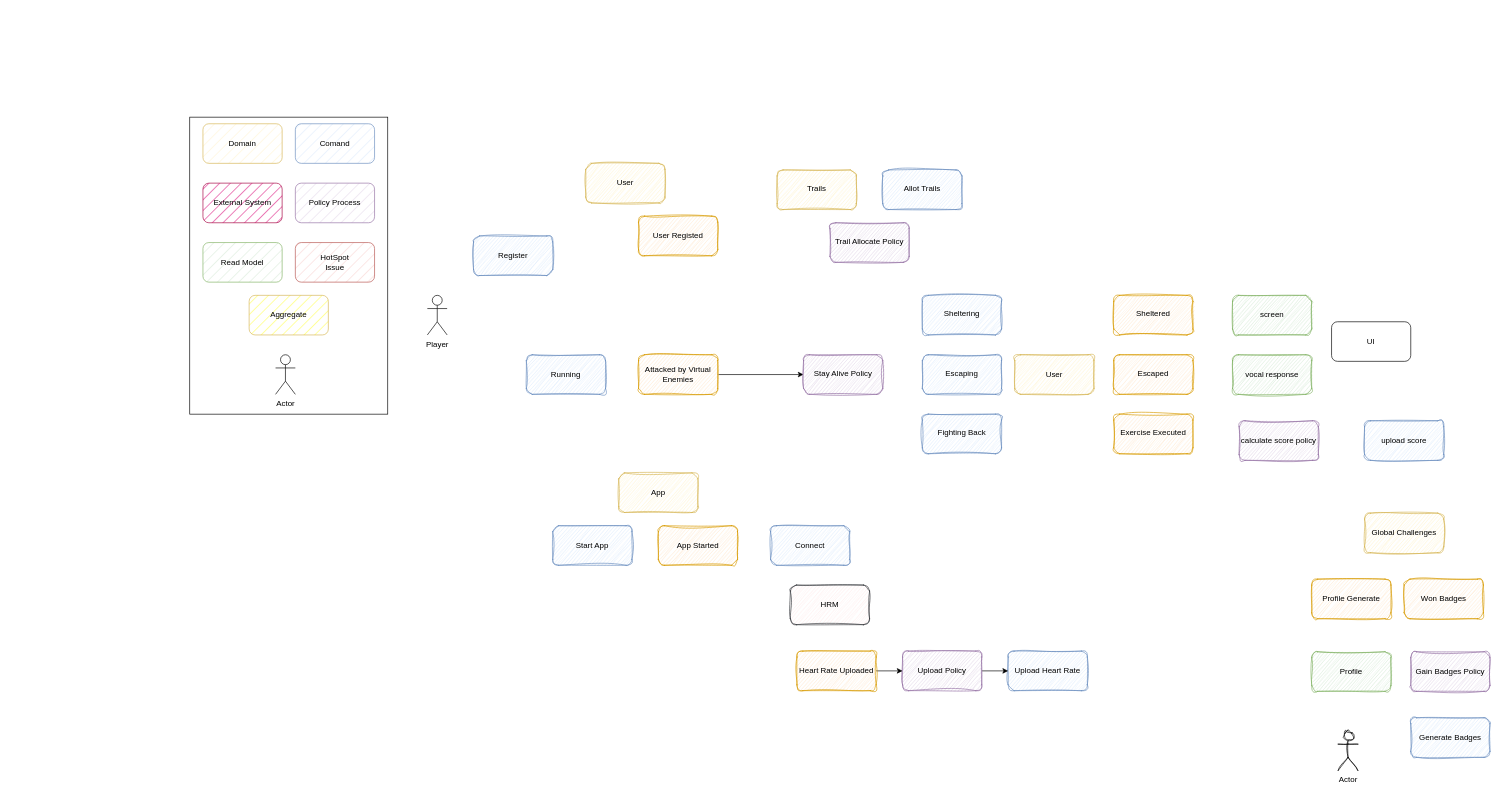
This is 735.drawio from CAS735-F23/macrun-yi_xiaoran_xue, a draw.io file, before an edit. Source tidied: cells renumbered, new cells numbered last; positions are measured from the earlier drawing's top-left corner, leaving out a move shared by most shapes. Both pictures are drawn from the tidied source at 66%, with x=0, y=0 at pixel (189, 117).
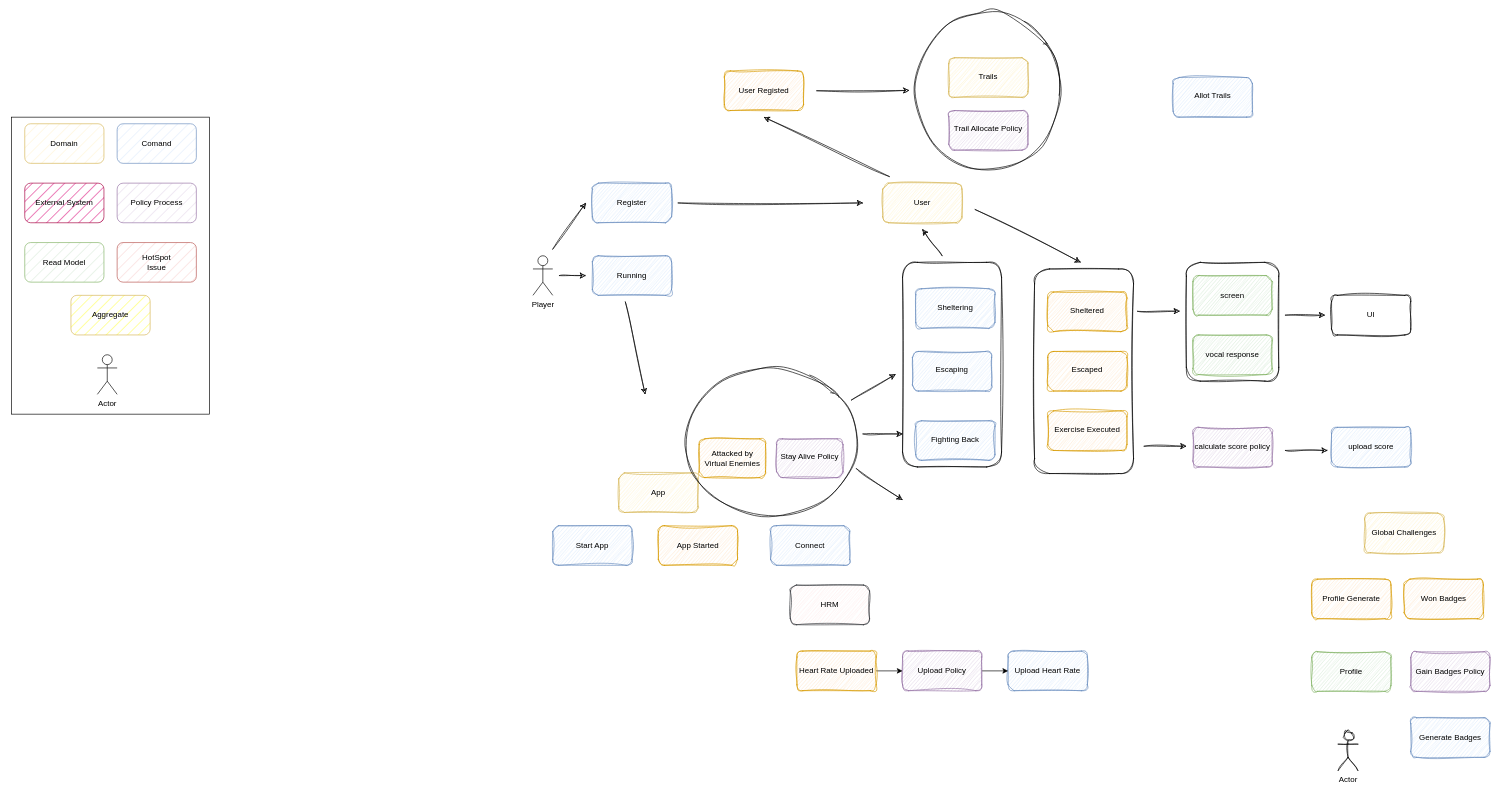
After the change.

What changed in the source:
```diff
@@
     <mxCell id="2" style="group;" parent="1" vertex="1">
-      <mxGeometry width="300" height="450" as="geometry" />
+      <mxGeometry x="-270" width="300" height="450" as="geometry" />
     </mxCell>
@@
     <mxCell id="12" value="Player" style="shape=umlActor;verticalLabelPosition=bottom;verticalAlign=top;html=1;" parent="1" vertex="1">
-      <mxGeometry x="360" y="270" width="30" height="60" as="geometry" />
+      <mxGeometry x="520" y="210" width="30" height="60" as="geometry" />
     </mxCell>
     <mxCell id="13" value="Register" style="rounded=1;whiteSpace=wrap;html=1;fillColor=#dae8fc;strokeColor=#6c8ebf;fillStyle=hatch;sketch=1;curveFitting=1;jiggle=2;" parent="1" vertex="1">
-      <mxGeometry x="430" y="180" width="120" height="60" as="geometry" />
+      <mxGeometry x="610" y="100" width="120" height="60" as="geometry" />
     </mxCell>
     <mxCell id="14" value="User" style="rounded=1;whiteSpace=wrap;html=1;sketch=1;jiggle=2;fillStyle=hatch;curveFitting=1;strokeColor=#d6b656;align=center;verticalAlign=middle;fontFamily=Helvetica;fontSize=12;fillColor=#fff2cc;" parent="1" vertex="1">
-      <mxGeometry x="600" y="70" width="120" height="60" as="geometry" />
+      <mxGeometry x="1050" y="100" width="120" height="60" as="geometry" />
     </mxCell>
     <mxCell id="15" value="User Registed" style="rounded=1;whiteSpace=wrap;html=1;sketch=1;jiggle=2;fillStyle=hatch;curveFitting=1;strokeColor=#d79b00;align=center;verticalAlign=middle;fontFamily=Helvetica;fontSize=12;fillColor=#ffe6cc;" parent="1" vertex="1">
-      <mxGeometry x="680" y="150" width="120" height="60" as="geometry" />
+      <mxGeometry x="810" y="-70" width="120" height="60" as="geometry" />
     </mxCell>
     <mxCell id="16" value="&lt;br&gt;Trail Allocate Policy" style="rounded=1;whiteSpace=wrap;html=1;sketch=1;jiggle=2;fillStyle=hatch;curveFitting=1;strokeColor=#9673a6;align=center;verticalAlign=top;fontFamily=Helvetica;fontSize=12;fillColor=#e1d5e7;" parent="1" vertex="1">
-      <mxGeometry x="970" y="160" width="120" height="60" as="geometry" />
+      <mxGeometry x="1150" y="-10" width="120" height="60" as="geometry" />
     </mxCell>
     <mxCell id="17" value="&lt;br&gt;Trails" style="rounded=1;whiteSpace=wrap;html=1;sketch=1;jiggle=2;fillStyle=hatch;curveFitting=1;strokeColor=#d6b656;align=center;verticalAlign=top;fontFamily=Helvetica;fontSize=12;fillColor=#fff2cc;" parent="1" vertex="1">
-      <mxGeometry x="890" y="80" width="120" height="60" as="geometry" />
+      <mxGeometry x="1150" y="-90" width="120" height="60" as="geometry" />
     </mxCell>
     <mxCell id="18" value="&lt;br&gt;Allot Trails" style="rounded=1;whiteSpace=wrap;html=1;fillStyle=hatch;strokeColor=#6c8ebf;align=center;verticalAlign=top;fontFamily=Helvetica;fontSize=12;fillColor=#dae8fc;sketch=1;curveFitting=1;jiggle=2;" parent="1" vertex="1">
-      <mxGeometry x="1050" y="80" width="120" height="60" as="geometry" />
+      <mxGeometry x="1490" y="-60" width="120" height="60" as="geometry" />
     </mxCell>
-    <mxCell id="19" style="edgeStyle=orthogonalEdgeStyle;rounded=0;jettySize=auto;html=1;entryX=0;entryY=0.5;entryDx=0;entryDy=0;fontFamily=Helvetica;fontSize=12;fontColor=default;" parent="1" edge="1" source="20" target="22">
-      <mxGeometry relative="1" as="geometry" />
-    </mxCell>
-    <mxCell id="20" value="Attacked by Virtual Enemies" style="rounded=1;whiteSpace=wrap;html=1;sketch=1;jiggle=2;fillStyle=hatch;curveFitting=1;strokeColor=#d79b00;align=center;verticalAlign=middle;fontFamily=Helvetica;fontSize=12;fillColor=#ffe6cc;" parent="1" vertex="1">
-      <mxGeometry x="680" y="360" width="120" height="60" as="geometry" />
-    </mxCell>
     <mxCell id="21" value="Running" style="rounded=1;whiteSpace=wrap;html=1;fillColor=#dae8fc;strokeColor=#6c8ebf;fillStyle=hatch;sketch=1;curveFitting=1;jiggle=2;" parent="1" vertex="1">
-      <mxGeometry x="510" y="360" width="120" height="60" as="geometry" />
+      <mxGeometry x="610" y="210" width="120" height="60" as="geometry" />
     </mxCell>
-    <mxCell id="22" value="&lt;br&gt;Stay Alive Policy" style="rounded=1;whiteSpace=wrap;html=1;sketch=1;jiggle=2;fillStyle=hatch;curveFitting=1;strokeColor=#9673a6;align=center;verticalAlign=top;fontFamily=Helvetica;fontSize=12;fillColor=#e1d5e7;" parent="1" vertex="1">
-      <mxGeometry x="930" y="360" width="120" height="60" as="geometry" />
-    </mxCell>
     <mxCell id="23" value="&lt;br&gt;Sheltering" style="rounded=1;whiteSpace=wrap;html=1;fillStyle=hatch;strokeColor=#6c8ebf;align=center;verticalAlign=top;fontFamily=Helvetica;fontSize=12;fillColor=#dae8fc;sketch=1;curveFitting=1;jiggle=2;" parent="1" vertex="1">
-      <mxGeometry x="1110" y="270" width="120" height="60" as="geometry" />
+      <mxGeometry x="1100" y="260" width="120" height="60" as="geometry" />
     </mxCell>
     <mxCell id="24" value="&lt;br&gt;Escaping" style="rounded=1;whiteSpace=wrap;html=1;fillStyle=hatch;strokeColor=#6c8ebf;align=center;verticalAlign=top;fontFamily=Helvetica;fontSize=12;fillColor=#dae8fc;sketch=1;curveFitting=1;jiggle=2;" parent="1" vertex="1">
-      <mxGeometry x="1110" y="360" width="120" height="60" as="geometry" />
+      <mxGeometry x="1095" y="355" width="120" height="60" as="geometry" />
     </mxCell>
     <mxCell id="25" value="&lt;br&gt;Fighting Back" style="rounded=1;whiteSpace=wrap;html=1;fillStyle=hatch;strokeColor=#6c8ebf;align=center;verticalAlign=top;fontFamily=Helvetica;fontSize=12;fillColor=#dae8fc;sketch=1;curveFitting=1;jiggle=2;" parent="1" vertex="1">
-      <mxGeometry x="1110" y="450" width="120" height="60" as="geometry" />
+      <mxGeometry x="1100" y="460" width="120" height="60" as="geometry" />
     </mxCell>
@@
     <mxCell id="30" value="&lt;br&gt;Sheltered" style="rounded=1;whiteSpace=wrap;html=1;fillStyle=hatch;strokeColor=#d79b00;align=center;verticalAlign=top;fontFamily=Helvetica;fontSize=12;fillColor=#ffe6cc;sketch=1;curveFitting=1;jiggle=2;" parent="1" vertex="1">
-      <mxGeometry x="1400" y="270" width="120" height="60" as="geometry" />
+      <mxGeometry x="1300" y="265" width="120" height="60" as="geometry" />
     </mxCell>
@@
     <mxCell id="32" value="&lt;br&gt;Escaped" style="rounded=1;whiteSpace=wrap;html=1;fillStyle=hatch;strokeColor=#d79b00;align=center;verticalAlign=top;fontFamily=Helvetica;fontSize=12;fillColor=#ffe6cc;sketch=1;curveFitting=1;jiggle=2;" parent="1" vertex="1">
-      <mxGeometry x="1400" y="360" width="120" height="60" as="geometry" />
+      <mxGeometry x="1300" y="355" width="120" height="60" as="geometry" />
     </mxCell>
@@
     <mxCell id="34" value="&lt;br&gt;Exercise Executed" style="rounded=1;whiteSpace=wrap;html=1;fillStyle=hatch;strokeColor=#d79b00;align=center;verticalAlign=top;fontFamily=Helvetica;fontSize=12;fillColor=#ffe6cc;sketch=1;curveFitting=1;jiggle=2;" parent="1" vertex="1">
-      <mxGeometry x="1400" y="450" width="120" height="60" as="geometry" />
+      <mxGeometry x="1300" y="445" width="120" height="60" as="geometry" />
     </mxCell>
@@
-    <mxCell id="40" value="User" style="rounded=1;whiteSpace=wrap;html=1;sketch=1;jiggle=2;fillStyle=hatch;curveFitting=1;strokeColor=#d6b656;align=center;verticalAlign=middle;fontFamily=Helvetica;fontSize=12;fillColor=#fff2cc;" parent="1" vertex="1">
-      <mxGeometry x="1250" y="360" width="120" height="60" as="geometry" />
-    </mxCell>
-    <mxCell id="41" value="screen" style="rounded=1;whiteSpace=wrap;html=1;fillColor=#d5e8d4;strokeColor=#82b366;fillStyle=hatch;sketch=1;curveFitting=1;jiggle=2;" parent="1" vertex="1">
-      <mxGeometry x="1580" y="270" width="120" height="60" as="geometry" />
-    </mxCell>
-    <mxCell id="42" value="vocal response" style="rounded=1;whiteSpace=wrap;html=1;fillColor=#d5e8d4;strokeColor=#82b366;fillStyle=hatch;sketch=1;curveFitting=1;jiggle=2;" parent="1" vertex="1">
-      <mxGeometry x="1580" y="360" width="120" height="60" as="geometry" />
-    </mxCell>
-    <mxCell id="43" value="UI" style="rounded=1;whiteSpace=wrap;html=1;" parent="1" vertex="1">
-      <mxGeometry x="1730" y="310" width="120" height="60" as="geometry" />
+    <mxCell id="43" value="UI" style="rounded=1;whiteSpace=wrap;html=1;sketch=1;curveFitting=1;jiggle=2;fillStyle=hachure;" parent="1" vertex="1">
+      <mxGeometry x="1730" y="270" width="120" height="60" as="geometry" />
     </mxCell>
@@
     <mxCell id="45" value="calculate score policy" style="rounded=1;whiteSpace=wrap;html=1;sketch=1;jiggle=2;fillStyle=hatch;curveFitting=1;strokeColor=#9673a6;align=center;verticalAlign=middle;fontFamily=Helvetica;fontSize=12;fillColor=#e1d5e7;" parent="1" vertex="1">
-      <mxGeometry x="1590" y="460" width="120" height="60" as="geometry" />
+      <mxGeometry x="1520" y="470" width="120" height="60" as="geometry" />
     </mxCell>
     <mxCell id="46" value="upload score" style="rounded=1;whiteSpace=wrap;html=1;sketch=1;jiggle=2;fillStyle=hatch;curveFitting=1;strokeColor=#6c8ebf;align=center;verticalAlign=middle;fontFamily=Helvetica;fontSize=12;fillColor=#dae8fc;" parent="1" vertex="1">
-      <mxGeometry x="1780" y="460" width="120" height="60" as="geometry" />
+      <mxGeometry x="1730" y="470" width="120" height="60" as="geometry" />
     </mxCell>
@@
+    <mxCell id="53" style="endArrow=classic;html=1;rounded=0;sketch=1;curveFitting=1;jiggle=2;" parent="1" edge="1">
+      <mxGeometry relative="1" as="geometry">
+        <mxPoint x="550" y="200" as="sourcePoint" />
+        <mxPoint x="600" y="130" as="targetPoint" />
+      </mxGeometry>
+    </mxCell>
+    <mxCell id="54" style="endArrow=classic;html=1;rounded=0;sketch=1;curveFitting=1;jiggle=2;" parent="1" edge="1">
+      <mxGeometry relative="1" as="geometry">
+        <mxPoint x="740" y="130" as="sourcePoint" />
+        <mxPoint x="1020" y="130" as="targetPoint" />
+      </mxGeometry>
+    </mxCell>
+    <mxCell id="55" style="ellipse;whiteSpace=wrap;html=1;fillColor=none;fillStyle=hatch;sketch=1;curveFitting=1;jiggle=2;" parent="1" vertex="1">
+      <mxGeometry x="1100" y="-160" width="220" height="240" as="geometry" />
+    </mxCell>
+    <mxCell id="56" style="endArrow=classic;html=1;rounded=0;sketch=1;curveFitting=1;jiggle=2;" parent="1" edge="1">
+      <mxGeometry relative="1" as="geometry">
+        <mxPoint x="950" y="-40" as="sourcePoint" />
+        <mxPoint x="1090" y="-40.5" as="targetPoint" />
+      </mxGeometry>
+    </mxCell>
+    <mxCell id="57" style="endArrow=classic;html=1;rounded=0;labelBackgroundColor=default;sketch=1;jiggle=2;curveFitting=1;strokeColor=default;align=center;verticalAlign=middle;fontFamily=Helvetica;fontSize=11;fontColor=default;shape=connector;" parent="1" edge="1">
+      <mxGeometry relative="1" as="geometry">
+        <mxPoint x="560" y="240" as="sourcePoint" />
+        <mxPoint x="600" y="240" as="targetPoint" />
+      </mxGeometry>
+    </mxCell>
+    <mxCell id="58" style="endArrow=classic;html=1;rounded=0;labelBackgroundColor=default;sketch=1;jiggle=2;curveFitting=1;strokeColor=default;align=center;verticalAlign=middle;fontFamily=Helvetica;fontSize=11;fontColor=default;shape=connector;" parent="1" edge="1">
+      <mxGeometry relative="1" as="geometry">
+        <mxPoint x="1060" y="90" as="sourcePoint" />
+        <mxPoint x="870" as="targetPoint" />
+      </mxGeometry>
+    </mxCell>
+    <mxCell id="59" style="rounded=1;whiteSpace=wrap;html=1;fontFamily=Helvetica;fontSize=11;fontColor=default;fillColor=none;sketch=1;curveFitting=1;jiggle=2;" parent="1" vertex="1">
+      <mxGeometry x="1080" y="220" width="150" height="310" as="geometry" />
+    </mxCell>
+    <mxCell id="60" style="endArrow=classic;html=1;rounded=0;labelBackgroundColor=default;sketch=1;jiggle=2;curveFitting=1;strokeColor=default;align=center;verticalAlign=middle;fontFamily=Helvetica;fontSize=11;fontColor=default;shape=connector;" parent="1" edge="1">
+      <mxGeometry relative="1" as="geometry">
+        <mxPoint x="1140" y="210" as="sourcePoint" />
+        <mxPoint x="1110" y="170" as="targetPoint" />
+      </mxGeometry>
+    </mxCell>
+    <mxCell id="61" style="rounded=1;whiteSpace=wrap;html=1;fontFamily=Helvetica;fontSize=11;fontColor=default;fillColor=none;sketch=1;curveFitting=1;jiggle=2;" parent="1" vertex="1">
+      <mxGeometry x="1280" y="230" width="150" height="310" as="geometry" />
+    </mxCell>
+    <mxCell id="62" style="endArrow=classic;html=1;rounded=0;labelBackgroundColor=default;sketch=1;jiggle=2;curveFitting=1;strokeColor=default;align=center;verticalAlign=middle;fontFamily=Helvetica;fontSize=11;fontColor=default;shape=connector;" parent="1" edge="1">
+      <mxGeometry relative="1" as="geometry">
+        <mxPoint x="1190" y="140" as="sourcePoint" />
+        <mxPoint x="1350" y="220" as="targetPoint" />
+      </mxGeometry>
+    </mxCell>
+    <mxCell id="63" style="group;" parent="1" vertex="1">
+      <mxGeometry x="1510" y="220" width="140" height="180" as="geometry" />
+    </mxCell>
+    <mxCell id="41" value="screen" style="rounded=1;whiteSpace=wrap;html=1;fillColor=#d5e8d4;strokeColor=#82b366;fillStyle=hatch;sketch=1;curveFitting=1;jiggle=2;" parent="63" vertex="1">
+      <mxGeometry x="10" y="20" width="120" height="60" as="geometry" />
+    </mxCell>
+    <mxCell id="42" value="vocal response" style="rounded=1;whiteSpace=wrap;html=1;fillColor=#d5e8d4;strokeColor=#82b366;fillStyle=hatch;sketch=1;curveFitting=1;jiggle=2;" parent="63" vertex="1">
+      <mxGeometry x="10" y="110" width="120" height="60" as="geometry" />
+    </mxCell>
+    <mxCell id="64" style="rounded=1;whiteSpace=wrap;html=1;fontFamily=Helvetica;fontSize=11;fontColor=default;fillColor=none;sketch=1;curveFitting=1;jiggle=2;" parent="63" vertex="1">
+      <mxGeometry width="140" height="180" as="geometry" />
+    </mxCell>
+    <mxCell id="65" style="endArrow=classic;html=1;rounded=0;labelBackgroundColor=default;sketch=1;jiggle=2;curveFitting=1;strokeColor=default;align=center;verticalAlign=middle;fontFamily=Helvetica;fontSize=11;fontColor=default;shape=connector;exitX=1.04;exitY=0.207;exitDx=0;exitDy=0;exitPerimeter=0;" parent="1" edge="1" source="61">
+      <mxGeometry relative="1" as="geometry">
+        <mxPoint x="1500" y="294" as="targetPoint" />
+      </mxGeometry>
+    </mxCell>
+    <mxCell id="66" style="endArrow=classic;html=1;rounded=0;labelBackgroundColor=default;sketch=1;jiggle=2;curveFitting=1;strokeColor=default;align=center;verticalAlign=middle;fontFamily=Helvetica;fontSize=11;fontColor=default;shape=connector;" parent="1" edge="1">
+      <mxGeometry relative="1" as="geometry">
+        <mxPoint x="1660" y="300" as="sourcePoint" />
+        <mxPoint x="1720" y="300" as="targetPoint" />
+      </mxGeometry>
+    </mxCell>
+    <mxCell id="67" style="endArrow=classic;html=1;rounded=0;labelBackgroundColor=default;sketch=1;jiggle=2;curveFitting=1;strokeColor=default;align=center;verticalAlign=middle;fontFamily=Helvetica;fontSize=11;fontColor=default;shape=connector;exitX=1.04;exitY=0.207;exitDx=0;exitDy=0;exitPerimeter=0;" parent="1" edge="1">
+      <mxGeometry relative="1" as="geometry">
+        <mxPoint x="1446" y="498.6" as="sourcePoint" />
+        <mxPoint x="1510" y="498.6" as="targetPoint" />
+      </mxGeometry>
+    </mxCell>
+    <mxCell id="68" style="endArrow=classic;html=1;rounded=0;labelBackgroundColor=default;sketch=1;jiggle=2;curveFitting=1;strokeColor=default;align=center;verticalAlign=middle;fontFamily=Helvetica;fontSize=11;fontColor=default;shape=connector;exitX=1.04;exitY=0.207;exitDx=0;exitDy=0;exitPerimeter=0;" parent="1" edge="1">
+      <mxGeometry relative="1" as="geometry">
+        <mxPoint x="1660" y="505" as="sourcePoint" />
+        <mxPoint x="1724" y="505" as="targetPoint" />
+      </mxGeometry>
+    </mxCell>
+    <mxCell id="69" style="group;" parent="1" vertex="1">
+      <mxGeometry x="690" y="370" width="390" height="225" as="geometry" />
+    </mxCell>
+    <mxCell id="70" style="group;" parent="69" vertex="1">
+      <mxGeometry x="10.5" width="369" height="225" as="geometry" />
+    </mxCell>
+    <mxCell id="71" style="ellipse;whiteSpace=wrap;html=1;fontFamily=Helvetica;fontSize=11;fontColor=default;fillStyle=hatch;sketch=1;curveFitting=1;jiggle=2;fillColor=none;" parent="70" vertex="1">
+      <mxGeometry x="50.3" y="9.8" width="260" height="225" as="geometry" />
+    </mxCell>
+    <mxCell id="72" style="group;" parent="70" vertex="1">
+      <mxGeometry x="71.3" y="19.6" width="297.7" height="156.5" as="geometry" />
+    </mxCell>
+    <mxCell id="20" value="Attacked by Virtual Enemies" style="rounded=1;whiteSpace=wrap;html=1;sketch=1;jiggle=2;fillStyle=hatch;curveFitting=1;strokeColor=#d79b00;align=center;verticalAlign=middle;fontFamily=Helvetica;fontSize=12;fillColor=#ffe6cc;" parent="72" vertex="1">
+      <mxGeometry y="97.8" width="100.6" height="58.7" as="geometry" />
+    </mxCell>
+    <mxCell id="22" value="&lt;br&gt;Stay Alive Policy" style="rounded=1;whiteSpace=wrap;html=1;sketch=1;jiggle=2;fillStyle=hatch;curveFitting=1;strokeColor=#9673a6;align=center;verticalAlign=top;fontFamily=Helvetica;fontSize=12;fillColor=#e1d5e7;" parent="72" vertex="1">
+      <mxGeometry x="117.4" y="97.8" width="100.6" height="58.7" as="geometry" />
+    </mxCell>
+    <mxCell id="73" style="endArrow=classic;html=1;rounded=0;labelBackgroundColor=default;sketch=1;jiggle=2;curveFitting=1;strokeColor=default;align=center;verticalAlign=middle;fontFamily=Helvetica;fontSize=11;fontColor=default;shape=connector;" parent="72" edge="1">
+      <mxGeometry relative="1" as="geometry">
+        <mxPoint x="230.6" y="39.1" as="sourcePoint" />
+        <mxPoint x="297.7" as="targetPoint" />
+      </mxGeometry>
+    </mxCell>
+    <mxCell id="74" style="endArrow=classic;html=1;rounded=0;labelBackgroundColor=default;sketch=1;jiggle=2;curveFitting=1;strokeColor=default;align=center;verticalAlign=middle;fontFamily=Helvetica;fontSize=11;fontColor=default;shape=connector;" parent="69" edge="1">
+      <mxGeometry relative="1" as="geometry">
+        <mxPoint x="330" y="110" as="sourcePoint" />
+        <mxPoint x="390" y="110" as="targetPoint" />
+      </mxGeometry>
+    </mxCell>
+    <mxCell id="75" style="endArrow=classic;html=1;rounded=0;labelBackgroundColor=default;sketch=1;jiggle=2;curveFitting=1;strokeColor=default;align=center;verticalAlign=middle;fontFamily=Helvetica;fontSize=11;fontColor=default;shape=connector;exitX=1;exitY=0.75;exitDx=0;exitDy=0;" parent="69" edge="1">
+      <mxGeometry relative="1" as="geometry">
+        <mxPoint x="320" y="162.5" as="sourcePoint" />
+        <mxPoint x="390" y="210" as="targetPoint" />
+      </mxGeometry>
+    </mxCell>
+    <mxCell id="76" style="endArrow=classic;html=1;rounded=0;labelBackgroundColor=default;sketch=1;jiggle=2;curveFitting=1;strokeColor=default;align=center;verticalAlign=middle;fontFamily=Helvetica;fontSize=11;fontColor=default;shape=connector;" parent="1" edge="1">
+      <mxGeometry relative="1" as="geometry">
+        <mxPoint x="660" y="280" as="sourcePoint" />
+        <mxPoint x="690" y="420" as="targetPoint" />
+      </mxGeometry>
+    </mxCell>
```
